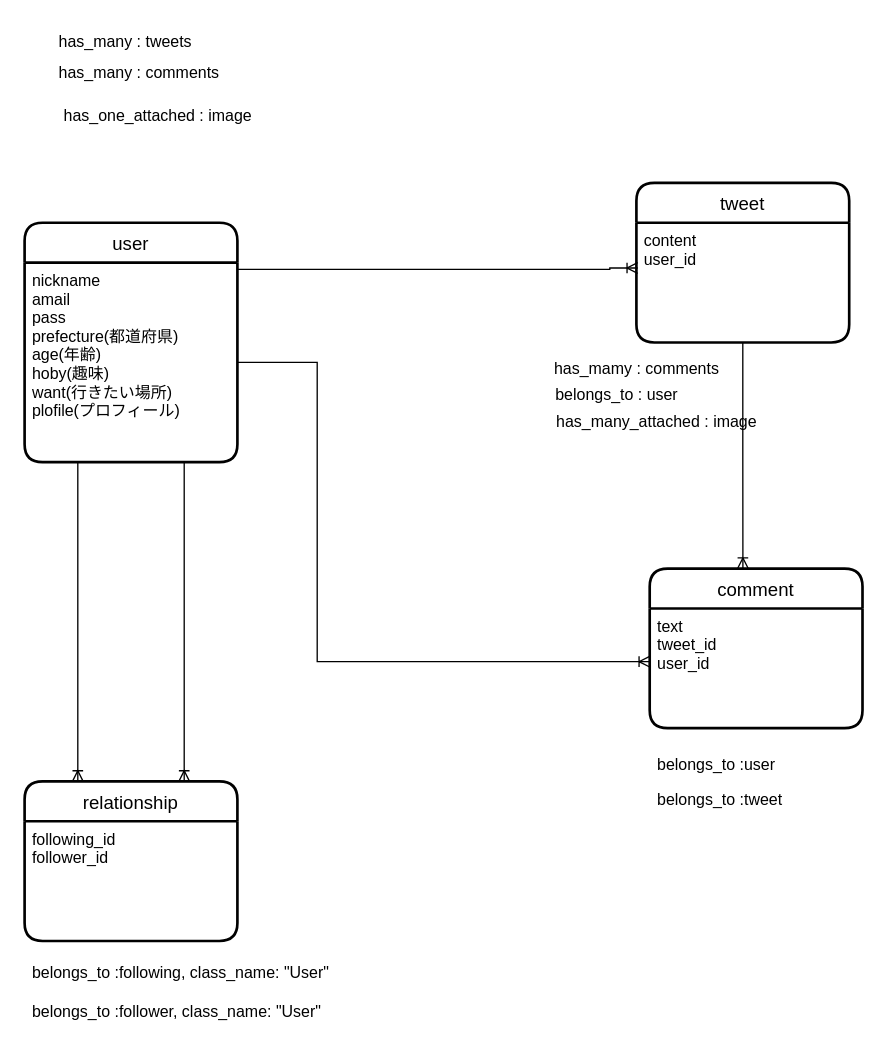
The draw.io diagram Drow.dio in nannano-sys/origin_app, before the edit. Source tidied: cells renumbered, new cells numbered last; positions are measured from the earlier drawing's top-left corner, leaving out a move shared by most shapes. Both pictures are drawn from the tidied source at 133%, with x=0, y=0 at pixel (24, 23).
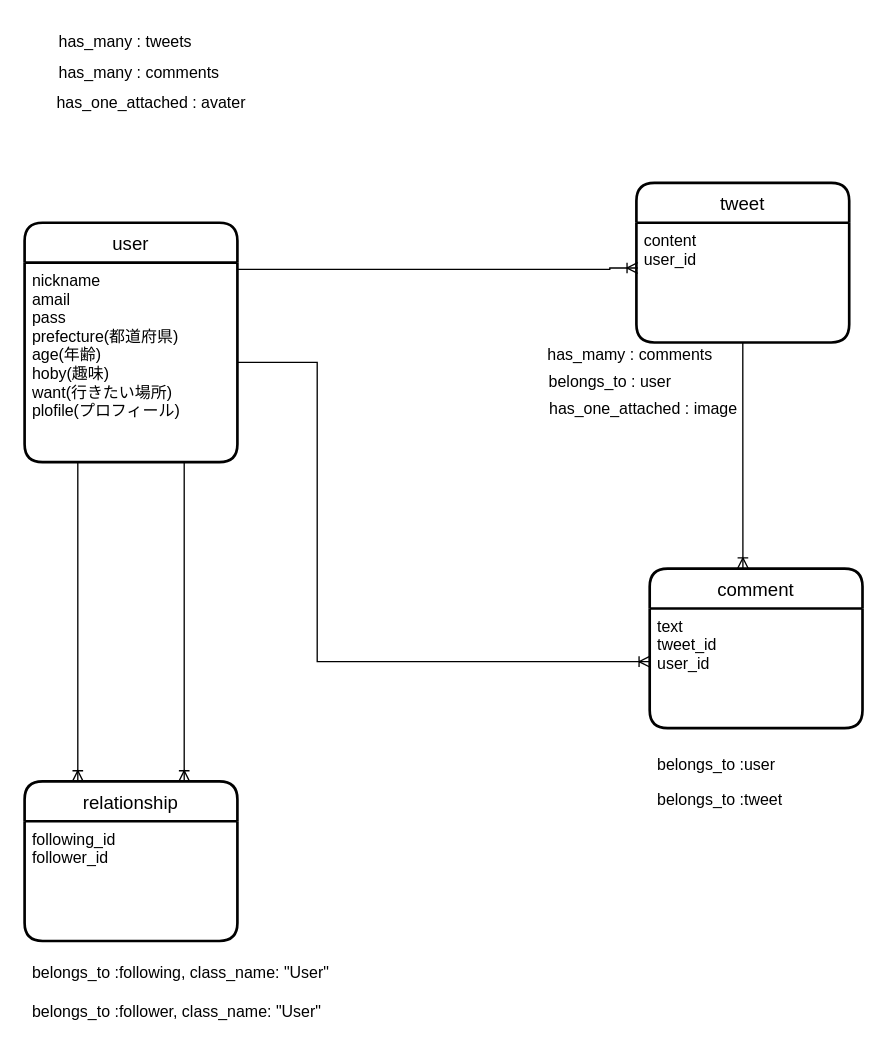
The same page after the edit.

Unchanged cells that the change refers to:
```xml
<mxCell id="6" value="content&#10;user_id" style="align=left;strokeColor=none;fillColor=none;spacingLeft=4;fontSize=12;verticalAlign=top;" parent="5" vertex="1">
  <mxGeometry y="30" width="160" height="90" as="geometry" />
</mxCell>
<mxCell id="7" value="comment" style="swimlane;horizontal=1;startSize=30;rounded=1;fontSize=14;fontStyle=0;strokeWidth=2;shadow=0;dashed=0;align=center;" parent="1" vertex="1">
  <mxGeometry x="470" y="410" width="160" height="120" as="geometry" />
</mxCell>
```

Diff of the diagram source:
```diff
@@
     <mxCell id="9" style="edgeStyle=orthogonalEdgeStyle;rounded=0;jettySize=auto;html=1;entryX=0.438;entryY=0;entryDx=0;entryDy=0;entryPerimeter=0;endArrow=ERoneToMany;endFill=0;" parent="1" edge="1" source="6" target="7">
-      <mxGeometry relative="1" as="geometry" />
+      <mxGeometry relative="1" as="geometry">
+        <Array as="points">
+          <mxPoint x="540" y="270" />
+          <mxPoint x="540" y="270" />
+        </Array>
+      </mxGeometry>
     </mxCell>
@@
     <mxCell id="11" value="belongs_to : user" style="text;html=1;align=center;verticalAlign=middle;" parent="1" vertex="1">
-      <mxGeometry x="390" y="270" width="110" height="20" as="geometry" />
+      <mxGeometry x="385" y="260" width="110" height="20" as="geometry" />
     </mxCell>
     <mxCell id="12" value="has_mamy : comments" style="text;html=1;align=center;verticalAlign=middle;" parent="1" vertex="1">
-      <mxGeometry x="390" y="250" width="140" height="20" as="geometry" />
+      <mxGeometry x="385" y="240" width="140" height="20" as="geometry" />
     </mxCell>
@@
-    <mxCell id="25" value="has_one_attached : image" style="text;html=1;align=center;verticalAlign=middle;" parent="1" vertex="1">
-      <mxGeometry x="20" y="60" width="160" height="20" as="geometry" />
+    <mxCell id="25" value="has_one_attached : avater" style="text;html=1;align=center;verticalAlign=middle;" parent="1" vertex="1">
+      <mxGeometry x="15" y="50" width="160" height="20" as="geometry" />
     </mxCell>
-    <mxCell id="26" value="has_many_attached : image" style="text;html=1;align=center;verticalAlign=middle;" parent="1" vertex="1">
-      <mxGeometry x="390" y="290" width="170" height="20" as="geometry" />
+    <mxCell id="26" value="has_one_attached : image" style="text;html=1;align=center;verticalAlign=middle;" parent="1" vertex="1">
+      <mxGeometry x="385" y="280" width="160" height="20" as="geometry" />
     </mxCell>
```
